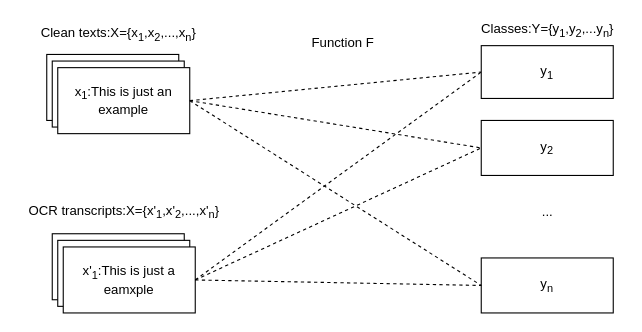
Above: problem-acml2021.drawio in WeipingFu/drawio (draw.io), before the change. Source tidied: cells renumbered, new cells numbered last; positions are measured from the earlier drawing's top-left corner, leaving out a move shared by most shapes. Both pictures are drawn from the tidied source at 110%, with x=0, y=0 at pixel (19, 19).
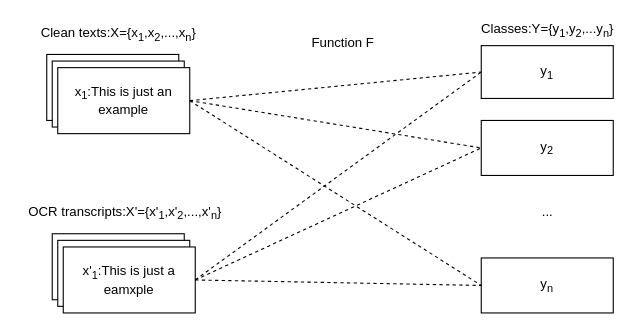
Above is the later version.

What changed in the source:
```diff
@@
-    <mxCell id="18" value="OCR transcripts:X={x'&lt;sub&gt;1&lt;/sub&gt;,x'&lt;sub&gt;2&lt;/sub&gt;,...,x'&lt;sub&gt;n&lt;/sub&gt;}" style="text;html=1;align=center;verticalAlign=middle;strokeColor=none;" parent="1" vertex="1">
-      <mxGeometry y="165" width="190" height="20" as="geometry" />
+    <mxCell id="18" value="OCR transcripts:X'={x'&lt;sub&gt;1&lt;/sub&gt;,x'&lt;sub&gt;2&lt;/sub&gt;,...,x'&lt;sub&gt;n&lt;/sub&gt;}" style="text;html=1;align=center;verticalAlign=middle;strokeColor=none;" parent="1" vertex="1">
+      <mxGeometry x="1" y="165" width="189" height="21" as="geometry" />
     </mxCell>
```
